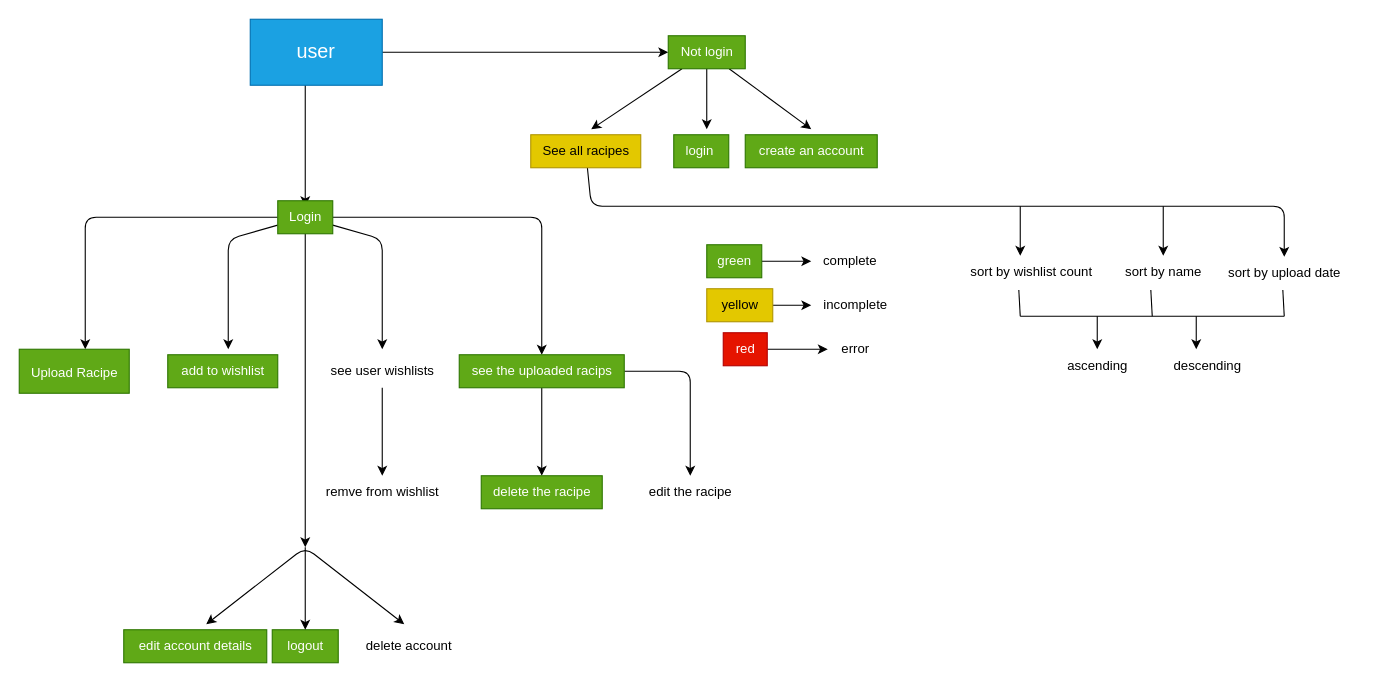
Before: planning.drawio in aamir-067/racipe-project, a draw.io diagram. Source tidied: cells renumbered, new cells numbered last; positions are measured from the earlier drawing's top-left corner, leaving out a move shared by most shapes. Both pictures are drawn from the tidied source at 110%, with x=0, y=0 at pixel (19, 19).
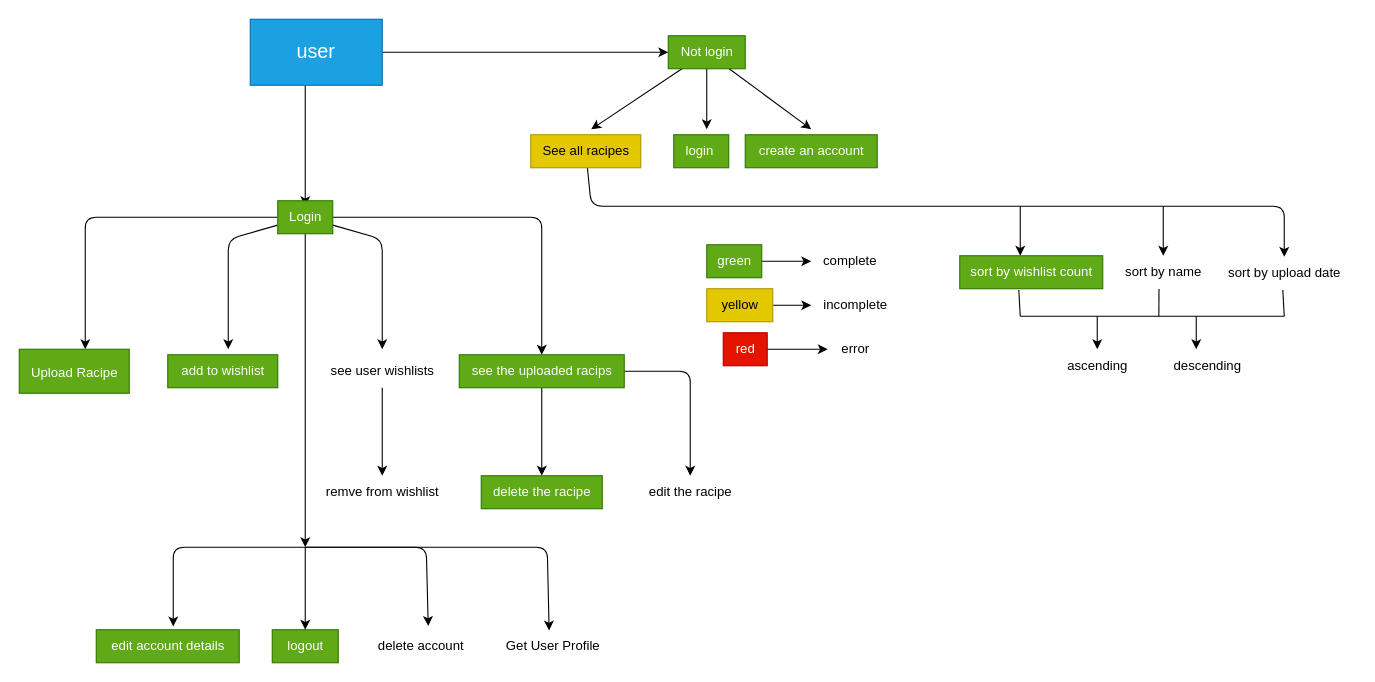
Above is the later version.

Commit message (it also covers changes not shown here):
added delete-account and get-recipes-sort-by-wishlist endpoint

The change refers to these unchanged cells:
```xml
<mxCell id="44" value="sort by name" style="text;html=1;align=center;verticalAlign=middle;points=[];strokeColor=none;fillColor=none;" parent="1" vertex="1">
  <mxGeometry x="995" y="215" width="90" height="30" as="geometry" />
</mxCell>
```

Diff of the diagram source:
```diff
@@
-    <mxCell id="29" style="endArrow=classic;startArrow=classic;html=1;fontSize=12;" parent="1" edge="1">
+    <mxCell id="29" style="endArrow=classic;startArrow=classic;html=1;fontSize=12;entryX=0.568;entryY=-0.113;entryDx=0;entryDy=0;entryPerimeter=0;" parent="1" edge="1" target="31">
       <mxGeometry relative="1" as="geometry">
-        <mxPoint x="170" y="550" as="sourcePoint" />
-        <mxPoint x="350" y="550" as="targetPoint" />
+        <mxPoint x="140" y="552" as="sourcePoint" />
         <Array as="points">
+          <mxPoint x="140" y="480" />
           <mxPoint x="260" y="480" />
+          <mxPoint x="370" y="480" />
         </Array>
       </mxGeometry>
     </mxCell>
     <mxCell id="30" value="edit account details" style="text;html=1;align=center;verticalAlign=middle;strokeColor=#2D7600;fillColor=#60a917;fontSize=12;fontColor=#ffffff;" parent="1" vertex="1">
-      <mxGeometry x="95" y="555" width="130" height="30" as="geometry" />
+      <mxGeometry x="70" y="555" width="130" height="30" as="geometry" />
     </mxCell>
     <mxCell id="31" value="delete account" style="text;html=1;align=center;verticalAlign=middle;points=[];strokeColor=none;fillColor=none;fontSize=12;" parent="1" vertex="1">
-      <mxGeometry x="304" y="555" width="100" height="30" as="geometry" />
+      <mxGeometry x="315" y="555" width="100" height="30" as="geometry" />
     </mxCell>
@@
-    <mxCell id="43" value="sort by wishlist count" style="text;html=1;align=center;verticalAlign=middle;points=[];strokeColor=none;fillColor=none;" parent="1" vertex="1">
+    <mxCell id="43" value="sort by wishlist count" style="text;html=1;align=center;verticalAlign=middle;points=[];strokeColor=#2D7600;fillColor=#60a917;fontColor=#ffffff;" parent="1" vertex="1">
       <mxGeometry x="855" y="215" width="130" height="30" as="geometry" />
     </mxCell>
@@
-    <mxCell id="52" style="endArrow=none;html=1;entryX=0.413;entryY=1.039;entryDx=0;entryDy=0;entryPerimeter=0;" parent="1" edge="1">
+    <mxCell id="52" style="endArrow=none;html=1;entryX=0.457;entryY=1.004;entryDx=0;entryDy=0;entryPerimeter=0;" parent="1" edge="1" target="44">
       <mxGeometry relative="1" as="geometry">
-        <mxPoint x="1030" y="270" as="sourcePoint" />
-        <mxPoint x="1028.7" y="246.2" as="targetPoint" />
+        <mxPoint x="1036" y="270" as="sourcePoint" />
       </mxGeometry>
     </mxCell>
@@
+    <mxCell id="56" style="endArrow=classic;html=1;entryX=0.47;entryY=0.022;entryDx=0;entryDy=0;entryPerimeter=0;" parent="1" edge="1" target="57">
+      <mxGeometry relative="1" as="geometry">
+        <mxPoint x="260" y="480" as="sourcePoint" />
+        <Array as="points">
+          <mxPoint x="480" y="480" />
+        </Array>
+      </mxGeometry>
+    </mxCell>
+    <mxCell id="57" value="Get User Profile" style="text;html=1;align=center;verticalAlign=middle;points=[];strokeColor=none;fillColor=none;" parent="1" vertex="1">
+      <mxGeometry x="430" y="555" width="110" height="30" as="geometry" />
+    </mxCell>
```
